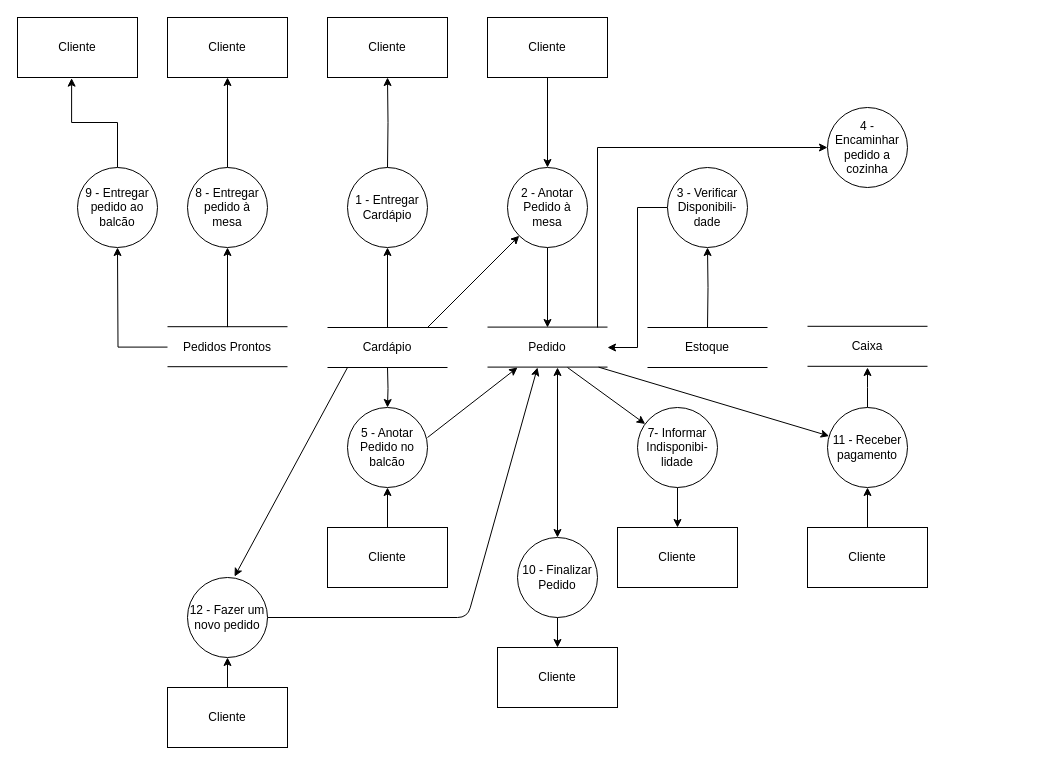
Darienzo08/ope_ads keeps this draw.io diagram as docs/Prof_Christiane/BALCÃO/DFD_ATENDIMENTO_BALCAO.drawio. Above is the earlier version. Source tidied: cells renumbered, new cells numbered last; positions are measured from the earlier drawing's top-left corner, leaving out a move shared by most shapes. Both pictures are drawn from the tidied source at 100%, with x=0, y=0 at pixel (17, 17).
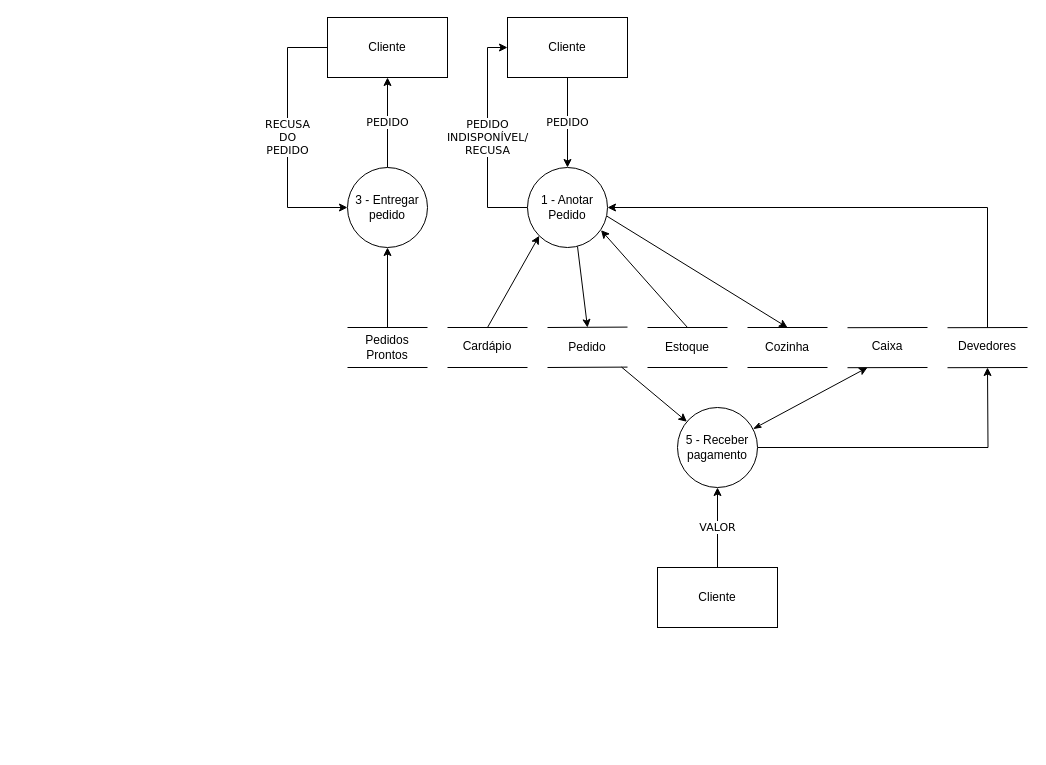
The same page after the edit.

Commit message (it also covers changes not shown here):
17.03.2020 alteracao atendimento

Change to the diagram source:
```diff
@@
-    <mxCell id="2" value="Cliente" style="rounded=0;whiteSpace=wrap;html=1;" parent="1" vertex="1">
-      <mxGeometry x="310" width="120" height="60" as="geometry" />
-    </mxCell>
-    <mxCell id="3" style="edgeStyle=orthogonalEdgeStyle;rounded=0;jettySize=auto;html=1;entryX=0.5;entryY=1;entryDx=0;entryDy=0;" parent="1" edge="1" target="2">
-      <mxGeometry relative="1" as="geometry">
-        <mxPoint x="370" y="150" as="sourcePoint" />
-      </mxGeometry>
-    </mxCell>
     <mxCell id="4" style="endArrow=none;html=1;" parent="1" edge="1">
       <mxGeometry relative="1" as="geometry">
-        <mxPoint x="310" y="310" as="sourcePoint" />
-        <mxPoint x="430" y="310" as="targetPoint" />
+        <mxPoint x="430" y="310" as="sourcePoint" />
+        <mxPoint x="510" y="310" as="targetPoint" />
       </mxGeometry>
     </mxCell>
     <mxCell id="5" style="endArrow=none;html=1;" parent="1" edge="1">
       <mxGeometry relative="1" as="geometry">
-        <mxPoint x="310" y="350" as="sourcePoint" />
-        <mxPoint x="430" y="350" as="targetPoint" />
+        <mxPoint x="430" y="350" as="sourcePoint" />
+        <mxPoint x="510" y="350" as="targetPoint" />
       </mxGeometry>
     </mxCell>
-    <mxCell id="6" style="edgeStyle=orthogonalEdgeStyle;rounded=0;orthogonalLoop=1;jettySize=auto;html=1;" parent="1" edge="1">
-      <mxGeometry relative="1" as="geometry">
-        <mxPoint x="370" y="310" as="sourcePoint" />
-        <mxPoint x="370" y="230" as="targetPoint" />
-      </mxGeometry>
-    </mxCell>
-    <mxCell id="7" style="edgeStyle=orthogonalEdgeStyle;rounded=0;jettySize=auto;html=1;entryX=0.5;entryY=0;entryDx=0;entryDy=0;" parent="1" edge="1" target="26">
-      <mxGeometry relative="1" as="geometry">
-        <mxPoint x="370" y="350" as="sourcePoint" />
-      </mxGeometry>
-    </mxCell>
     <mxCell id="8" value="Cardápio" style="text;html=1;strokeColor=none;fillColor=none;align=center;verticalAlign=middle;whiteSpace=wrap;rounded=0;" parent="1" vertex="1">
-      <mxGeometry x="310" y="320" width="120" height="20" as="geometry" />
+      <mxGeometry x="430" y="319.1" width="80" height="20" as="geometry" />
     </mxCell>
-    <mxCell id="9" style="endArrow=none;html=1;" parent="1" edge="1">
+    <mxCell id="9" style="endArrow=none;html=1;exitX=0;exitY=0;exitDx=0;exitDy=0;" parent="1" edge="1" source="11">
       <mxGeometry relative="1" as="geometry">
-        <mxPoint x="470" y="309.6" as="sourcePoint" />
-        <mxPoint x="590" y="309.6" as="targetPoint" />
+        <mxPoint x="610" y="309.6" as="targetPoint" />
       </mxGeometry>
     </mxCell>
-    <mxCell id="10" style="endArrow=none;html=1;" parent="1" edge="1">
+    <mxCell id="10" style="endArrow=none;html=1;exitX=0;exitY=1;exitDx=0;exitDy=0;" parent="1" edge="1" source="11">
       <mxGeometry relative="1" as="geometry">
-        <mxPoint x="470" y="349.6" as="sourcePoint" />
-        <mxPoint x="590" y="349.6" as="targetPoint" />
+        <mxPoint x="610" y="349.6" as="targetPoint" />
       </mxGeometry>
     </mxCell>
     <mxCell id="11" value="Pedido" style="text;html=1;strokeColor=none;fillColor=none;align=center;verticalAlign=middle;whiteSpace=wrap;rounded=0;" parent="1" vertex="1">
-      <mxGeometry x="470" y="310" width="120" height="40" as="geometry" />
+      <mxGeometry x="530" y="310" width="80" height="40" as="geometry" />
     </mxCell>
-    <mxCell id="12" style="edgeStyle=orthogonalEdgeStyle;rounded=0;jettySize=auto;html=1;entryX=0.5;entryY=0;entryDx=0;entryDy=0;" parent="1" edge="1" source="13" target="16">
+    <mxCell id="12" value="PEDIDO" style="edgeStyle=orthogonalEdgeStyle;rounded=0;jettySize=auto;html=1;entryX=0.5;entryY=0;entryDx=0;entryDy=0;fontFamily=Verdana;" parent="1" edge="1" source="13" target="16">
       <mxGeometry relative="1" as="geometry" />
     </mxCell>
     <mxCell id="13" value="Cliente" style="rounded=0;whiteSpace=wrap;html=1;" parent="1" vertex="1">
-      <mxGeometry x="470" width="120" height="60" as="geometry" />
+      <mxGeometry x="490" width="120" height="60" as="geometry" />
     </mxCell>
-    <mxCell id="14" value="&lt;div&gt;1 - Entregar&lt;/div&gt;&lt;div&gt;Cardápio&lt;br&gt;&lt;/div&gt;" style="ellipse;whiteSpace=wrap;html=1;" parent="1" vertex="1">
-      <mxGeometry x="330" y="150" width="80" height="80" as="geometry" />
-    </mxCell>
-    <mxCell id="15" style="edgeStyle=orthogonalEdgeStyle;rounded=0;jettySize=auto;html=1;entryX=0.5;entryY=0;entryDx=0;entryDy=0;" parent="1" edge="1" source="16" target="11">
-      <mxGeometry relative="1" as="geometry" />
-    </mxCell>
+    <mxCell id="62" value="&lt;div&gt;PEDIDO &lt;br&gt;&lt;/div&gt;&lt;div&gt;INDISPONÍVEL/&lt;/div&gt;&lt;div&gt;RECUSA&lt;br&gt;&lt;/div&gt;" style="edgeStyle=orthogonalEdgeStyle;rounded=0;jettySize=auto;html=1;entryX=0;entryY=0.5;entryDx=0;entryDy=0;fontColor=#000000;fontFamily=Verdana;" parent="1" edge="1" source="16" target="13">
+      <mxGeometry relative="1" as="geometry">
+        <Array as="points">
+          <mxPoint x="470" y="190" />
+          <mxPoint x="470" y="30" />
+        </Array>
+      </mxGeometry>
+    </mxCell>
-    <mxCell id="16" value="2 - Anotar Pedido à mesa" style="ellipse;whiteSpace=wrap;html=1;" parent="1" vertex="1">
-      <mxGeometry x="490" y="150" width="80" height="80" as="geometry" />
+    <mxCell id="16" value="1 - Anotar Pedido" style="ellipse;whiteSpace=wrap;html=1;" parent="1" vertex="1">
+      <mxGeometry x="510" y="150" width="80" height="80" as="geometry" />
     </mxCell>
     <mxCell id="17" style="endArrow=classic;html=1;entryX=0;entryY=1;entryDx=0;entryDy=0;" parent="1" edge="1" target="16">
       <mxGeometry relative="1" as="geometry">
-        <mxPoint x="410" y="310" as="sourcePoint" />
+        <mxPoint x="470" y="310" as="sourcePoint" />
       </mxGeometry>
     </mxCell>
     <mxCell id="18" style="endArrow=none;html=1;" parent="1" edge="1">
       <mxGeometry relative="1" as="geometry">
         <mxPoint x="630" y="310" as="sourcePoint" />
-        <mxPoint x="750" y="310" as="targetPoint" />
+        <mxPoint x="710" y="310" as="targetPoint" />
       </mxGeometry>
     </mxCell>
     <mxCell id="19" style="endArrow=none;html=1;" parent="1" edge="1">
       <mxGeometry relative="1" as="geometry">
         <mxPoint x="630" y="350" as="sourcePoint" />
-        <mxPoint x="750" y="350" as="targetPoint" />
+        <mxPoint x="710" y="350" as="targetPoint" />
       </mxGeometry>
     </mxCell>
-    <mxCell id="20" style="edgeStyle=orthogonalEdgeStyle;rounded=0;jettySize=auto;html=1;entryX=0.5;entryY=1;entryDx=0;entryDy=0;" parent="1" edge="1" target="23">
-      <mxGeometry relative="1" as="geometry">
-        <mxPoint x="690" y="310" as="sourcePoint" />
-      </mxGeometry>
-    </mxCell>
     <mxCell id="21" value="Estoque" style="text;html=1;strokeColor=none;fillColor=none;align=center;verticalAlign=middle;whiteSpace=wrap;rounded=0;" parent="1" vertex="1">
-      <mxGeometry x="630" y="320" width="120" height="20" as="geometry" />
+      <mxGeometry x="630" y="320" width="80" height="20" as="geometry" />
     </mxCell>
-    <mxCell id="22" style="edgeStyle=orthogonalEdgeStyle;rounded=0;jettySize=auto;html=1;exitX=0;exitY=0.5;exitDx=0;exitDy=0;" parent="1" edge="1" source="23">
-      <mxGeometry relative="1" as="geometry">
-        <mxPoint x="590" y="330" as="targetPoint" />
-        <Array as="points">
-          <mxPoint x="620" y="190" />
-          <mxPoint x="620" y="330" />
-        </Array>
-      </mxGeometry>
-    </mxCell>
-    <mxCell id="23" value="&lt;div&gt;3 - Verificar Disponibili-&lt;/div&gt;&lt;div&gt;dade&lt;/div&gt;" style="ellipse;whiteSpace=wrap;html=1;" parent="1" vertex="1">
-      <mxGeometry x="650" y="150" width="80" height="80" as="geometry" />
-    </mxCell>
-    <mxCell id="24" value="Cliente" style="rounded=0;whiteSpace=wrap;html=1;" parent="1" vertex="1">
-      <mxGeometry x="310" y="510" width="120" height="60" as="geometry" />
-    </mxCell>
-    <mxCell id="25" style="edgeStyle=orthogonalEdgeStyle;rounded=0;jettySize=auto;html=1;exitX=0.5;exitY=0;exitDx=0;exitDy=0;" parent="1" edge="1" source="24" target="26">
-      <mxGeometry relative="1" as="geometry" />
-    </mxCell>
-    <mxCell id="26" value="5 - Anotar Pedido no balcão" style="ellipse;whiteSpace=wrap;html=1;" parent="1" vertex="1">
-      <mxGeometry x="330" y="390" width="80" height="80" as="geometry" />
-    </mxCell>
-    <mxCell id="27" style="endArrow=classic;html=1;entryX=0.25;entryY=1;entryDx=0;entryDy=0;" parent="1" edge="1" target="11">
-      <mxGeometry relative="1" as="geometry">
-        <mxPoint x="410" y="420" as="sourcePoint" />
-      </mxGeometry>
-    </mxCell>
-    <mxCell id="28" value="Cliente" style="rounded=0;whiteSpace=wrap;html=1;" parent="1" vertex="1">
-      <mxGeometry x="600" y="510" width="120" height="60" as="geometry" />
-    </mxCell>
-    <mxCell id="29" style="edgeStyle=orthogonalEdgeStyle;rounded=0;jettySize=auto;html=1;entryX=0.5;entryY=0;entryDx=0;entryDy=0;" parent="1" edge="1" source="30" target="28">
-      <mxGeometry relative="1" as="geometry" />
-    </mxCell>
-    <mxCell id="30" value="&lt;div&gt;7- Informar Indisponibi-&lt;/div&gt;&lt;div&gt;lidade&lt;br&gt;&lt;/div&gt;" style="ellipse;whiteSpace=wrap;html=1;" parent="1" vertex="1">
-      <mxGeometry x="620" y="390" width="80" height="80" as="geometry" />
-    </mxCell>
-    <mxCell id="31" style="endArrow=classic;html=1;" parent="1" edge="1" target="30">
-      <mxGeometry relative="1" as="geometry">
-        <mxPoint x="550" y="350" as="sourcePoint" />
-      </mxGeometry>
-    </mxCell>
-    <mxCell id="32" style="endArrow=classic;html=1;entryX=0.5;entryY=0;entryDx=0;entryDy=0;exitX=1;exitY=0.5;exitDx=0;exitDy=0;" parent="1" edge="1" source="59">
-      <mxGeometry relative="1" as="geometry">
-        <mxPoint x="520" y="350" as="targetPoint" />
-        <Array as="points">
-          <mxPoint x="450" y="600" />
-        </Array>
-      </mxGeometry>
-    </mxCell>
-    <mxCell id="33" style="edgeStyle=orthogonalEdgeStyle;rounded=0;jettySize=auto;html=1;entryX=0.5;entryY=1;entryDx=0;entryDy=0;" parent="1" edge="1" source="34" target="35">
+    <mxCell id="33" value="&lt;font face=&quot;Verdana&quot;&gt;PEDIDO&lt;/font&gt;" style="edgeStyle=orthogonalEdgeStyle;rounded=0;jettySize=auto;html=1;entryX=0.5;entryY=1;entryDx=0;entryDy=0;" parent="1" edge="1" source="34" target="35">
       <mxGeometry relative="1" as="geometry" />
     </mxCell>
-    <mxCell id="34" value="8 - Entregar pedido à mesa" style="ellipse;whiteSpace=wrap;html=1;" parent="1" vertex="1">
-      <mxGeometry x="170" y="150" width="80" height="80" as="geometry" />
+    <mxCell id="34" value="3 - Entregar pedido" style="ellipse;whiteSpace=wrap;html=1;" parent="1" vertex="1">
+      <mxGeometry x="330" y="150" width="80" height="80" as="geometry" />
     </mxCell>
+    <mxCell id="63" value="&lt;div&gt;RECUSA&lt;/div&gt;&lt;div&gt;DO&lt;/div&gt;&lt;div&gt;PEDIDO&lt;br&gt;&lt;/div&gt;" style="edgeStyle=orthogonalEdgeStyle;rounded=0;jettySize=auto;html=1;entryX=0;entryY=0.5;entryDx=0;entryDy=0;fontFamily=Verdana;fontColor=#000000;" parent="1" edge="1" source="35" target="34">
+      <mxGeometry relative="1" as="geometry">
+        <Array as="points">
+          <mxPoint x="270" y="30" />
+          <mxPoint x="270" y="190" />
+        </Array>
+      </mxGeometry>
+    </mxCell>
     <mxCell id="35" value="Cliente" style="rounded=0;whiteSpace=wrap;html=1;" parent="1" vertex="1">
-      <mxGeometry x="150" width="120" height="60" as="geometry" />
+      <mxGeometry x="310" width="120" height="60" as="geometry" />
     </mxCell>
-    <mxCell id="36" style="endArrow=none;html=1;" parent="1" edge="1">
+    <mxCell id="36" style="endArrow=none;html=1;exitX=0;exitY=0;exitDx=0;exitDy=0;" parent="1" edge="1" source="40">
       <mxGeometry relative="1" as="geometry">
-        <mxPoint x="150" y="309.2" as="sourcePoint" />
-        <mxPoint x="270" y="309.2" as="targetPoint" />
+        <mxPoint x="410" y="310" as="targetPoint" />
       </mxGeometry>
     </mxCell>
-    <mxCell id="37" style="endArrow=none;html=1;" parent="1" edge="1">
+    <mxCell id="37" style="endArrow=none;html=1;exitX=0;exitY=1;exitDx=0;exitDy=0;" parent="1" edge="1" source="40">
       <mxGeometry relative="1" as="geometry">
-        <mxPoint x="150" y="349.2" as="sourcePoint" />
-        <mxPoint x="270" y="349.2" as="targetPoint" />
+        <mxPoint x="410" y="350" as="targetPoint" />
       </mxGeometry>
     </mxCell>
@@
-    <mxCell id="39" style="edgeStyle=orthogonalEdgeStyle;rounded=0;jettySize=auto;html=1;" parent="1" edge="1" source="40">
-      <mxGeometry relative="1" as="geometry">
-        <mxPoint x="100" y="230" as="targetPoint" />
-      </mxGeometry>
-    </mxCell>
     <mxCell id="40" value="Pedidos Prontos" style="text;html=1;strokeColor=none;fillColor=none;align=center;verticalAlign=middle;whiteSpace=wrap;rounded=0;" parent="1" vertex="1">
-      <mxGeometry x="150" y="309.6" width="120" height="40" as="geometry" />
+      <mxGeometry x="330" y="310" width="80" height="40" as="geometry" />
     </mxCell>
-    <mxCell id="41" style="edgeStyle=orthogonalEdgeStyle;rounded=0;jettySize=auto;html=1;entryX=0.451;entryY=1.011;entryDx=0;entryDy=0;entryPerimeter=0;" parent="1" edge="1" source="42" target="43">
-      <mxGeometry relative="1" as="geometry" />
-    </mxCell>
-    <mxCell id="42" value="9 - Entregar pedido ao balcão" style="ellipse;whiteSpace=wrap;html=1;" parent="1" vertex="1">
-      <mxGeometry x="60" y="150" width="80" height="80" as="geometry" />
-    </mxCell>
-    <mxCell id="43" value="Cliente" style="rounded=0;whiteSpace=wrap;html=1;" parent="1" vertex="1">
-      <mxGeometry width="120" height="60" as="geometry" />
-    </mxCell>
-    <mxCell id="44" style="endArrow=classic;startArrow=classic;html=1;" parent="1" edge="1">
-      <mxGeometry relative="1" as="geometry">
-        <mxPoint x="540" y="520" as="sourcePoint" />
-        <mxPoint x="540" y="350" as="targetPoint" />
-      </mxGeometry>
-    </mxCell>
-    <mxCell id="45" style="edgeStyle=orthogonalEdgeStyle;rounded=0;jettySize=auto;html=1;entryX=0.5;entryY=0;entryDx=0;entryDy=0;" parent="1" edge="1" source="46" target="47">
-      <mxGeometry relative="1" as="geometry" />
-    </mxCell>
-    <mxCell id="46" value="10 - Finalizar Pedido" style="ellipse;whiteSpace=wrap;html=1;" parent="1" vertex="1">
-      <mxGeometry x="500" y="520" width="80" height="80" as="geometry" />
-    </mxCell>
-    <mxCell id="47" value="Cliente" style="rounded=0;whiteSpace=wrap;html=1;" parent="1" vertex="1">
-      <mxGeometry x="480" y="630" width="120" height="60" as="geometry" />
-    </mxCell>
     <mxCell id="48" style="endArrow=none;html=1;" parent="1" edge="1">
       <mxGeometry relative="1" as="geometry">
-        <mxPoint x="790" y="308.8" as="sourcePoint" />
-        <mxPoint x="910" y="308.8" as="targetPoint" />
+        <mxPoint x="830" y="310.2" as="sourcePoint" />
+        <mxPoint x="910" y="310" as="targetPoint" />
       </mxGeometry>
     </mxCell>
     <mxCell id="49" style="endArrow=none;html=1;" parent="1" edge="1">
       <mxGeometry relative="1" as="geometry">
-        <mxPoint x="790" y="348.8" as="sourcePoint" />
-        <mxPoint x="910" y="348.8" as="targetPoint" />
+        <mxPoint x="830" y="350.2" as="sourcePoint" />
+        <mxPoint x="910" y="350" as="targetPoint" />
       </mxGeometry>
     </mxCell>
     <mxCell id="50" value="Caixa" style="text;html=1;strokeColor=none;fillColor=none;align=center;verticalAlign=middle;whiteSpace=wrap;rounded=0;" parent="1" vertex="1">
-      <mxGeometry x="790" y="318.8" width="120" height="20" as="geometry" />
+      <mxGeometry x="830" y="318.8" width="80" height="20" as="geometry" />
     </mxCell>
-    <mxCell id="51" style="edgeStyle=orthogonalEdgeStyle;rounded=0;jettySize=auto;html=1;entryX=0.5;entryY=1;entryDx=0;entryDy=0;" parent="1" edge="1" source="52" target="54">
+    <mxCell id="51" value="VALOR" style="edgeStyle=orthogonalEdgeStyle;rounded=0;jettySize=auto;html=1;entryX=0.5;entryY=1;entryDx=0;entryDy=0;fontFamily=Verdana;" parent="1" edge="1" source="52" target="54">
       <mxGeometry relative="1" as="geometry" />
     </mxCell>
     <mxCell id="52" value="Cliente" style="rounded=0;whiteSpace=wrap;html=1;" parent="1" vertex="1">
-      <mxGeometry x="790" y="510" width="120" height="60" as="geometry" />
+      <mxGeometry x="640" y="550" width="120" height="60" as="geometry" />
     </mxCell>
-    <mxCell id="53" style="edgeStyle=orthogonalEdgeStyle;rounded=0;jettySize=auto;html=1;" parent="1" edge="1" source="54">
-      <mxGeometry relative="1" as="geometry">
-        <mxPoint x="850" y="350" as="targetPoint" />
-      </mxGeometry>
-    </mxCell>
+    <mxCell id="64" style="edgeStyle=orthogonalEdgeStyle;rounded=0;jettySize=auto;html=1;" parent="1" edge="1" source="54">
+      <mxGeometry relative="1" as="geometry">
+        <mxPoint x="970" y="350" as="targetPoint" />
+      </mxGeometry>
+    </mxCell>
-    <mxCell id="54" value="&lt;div&gt;11 - Receber&lt;/div&gt;&lt;div&gt;pagamento&lt;br&gt;&lt;/div&gt;" style="ellipse;whiteSpace=wrap;html=1;" parent="1" vertex="1">
-      <mxGeometry x="810" y="390" width="80" height="80" as="geometry" />
+    <mxCell id="54" value="&lt;div&gt;5 - Receber&lt;/div&gt;&lt;div&gt;pagamento&lt;br&gt;&lt;/div&gt;" style="ellipse;whiteSpace=wrap;html=1;" parent="1" vertex="1">
+      <mxGeometry x="660" y="390" width="80" height="80" as="geometry" />
     </mxCell>
@@
-    <mxCell id="56" style="edgeStyle=orthogonalEdgeStyle;rounded=0;jettySize=auto;html=1;entryX=0.917;entryY=0;entryDx=0;entryDy=0;entryPerimeter=0;exitX=0.917;exitY=0;exitDx=0;exitDy=0;exitPerimeter=0;" parent="1" edge="1" source="11">
-      <mxGeometry relative="1" as="geometry">
-        <mxPoint x="810" y="130" as="targetPoint" />
-        <Array as="points">
-          <mxPoint x="580" y="130" />
-        </Array>
-      </mxGeometry>
-    </mxCell>
-    <mxCell id="57" style="edgeStyle=orthogonalEdgeStyle;rounded=0;jettySize=auto;html=1;entryX=0.5;entryY=1;entryDx=0;entryDy=0;" parent="1" edge="1" source="58" target="59">
-      <mxGeometry relative="1" as="geometry" />
-    </mxCell>
-    <mxCell id="58" value="Cliente" style="rounded=0;whiteSpace=wrap;html=1;" parent="1" vertex="1">
-      <mxGeometry x="150" y="670" width="120" height="60" as="geometry" />
-    </mxCell>
-    <mxCell id="59" value="&lt;div&gt;12 - Fazer um &lt;br&gt;&lt;/div&gt;&lt;div&gt;novo pedido&lt;br&gt;&lt;/div&gt;" style="ellipse;whiteSpace=wrap;html=1;" parent="1" vertex="1">
-      <mxGeometry x="170" y="560" width="80" height="80" as="geometry" />
-    </mxCell>
-    <mxCell id="60" value="4 - Encaminhar pedido a cozinha" style="ellipse;whiteSpace=wrap;html=1;" parent="1" vertex="1">
-      <mxGeometry x="810" y="90" width="80" height="80" as="geometry" />
-    </mxCell>
-    <mxCell id="61" style="endArrow=classic;html=1;entryX=0.588;entryY=-0.012;entryDx=0;entryDy=0;entryPerimeter=0;" parent="1" edge="1" target="59">
-      <mxGeometry relative="1" as="geometry">
-        <mxPoint x="330" y="350" as="sourcePoint" />
-      </mxGeometry>
-    </mxCell>
+    <mxCell id="15" style="endArrow=classic;html=1;fontFamily=Verdana;fontColor=#000000;exitX=0.625;exitY=0.987;exitDx=0;exitDy=0;exitPerimeter=0;entryX=0.5;entryY=0;entryDx=0;entryDy=0;" parent="1" edge="1" source="16" target="11">
+      <mxGeometry relative="1" as="geometry" />
+    </mxCell>
+    <mxCell id="65" style="endArrow=none;html=1;" parent="1" edge="1">
+      <mxGeometry relative="1" as="geometry">
+        <mxPoint x="730" y="310" as="sourcePoint" />
+        <mxPoint x="810" y="310" as="targetPoint" />
+      </mxGeometry>
+    </mxCell>
+    <mxCell id="66" style="endArrow=none;html=1;" parent="1" edge="1">
+      <mxGeometry relative="1" as="geometry">
+        <mxPoint x="730" y="350" as="sourcePoint" />
+        <mxPoint x="810" y="350" as="targetPoint" />
+      </mxGeometry>
+    </mxCell>
+    <mxCell id="67" value="Cozinha" style="text;html=1;strokeColor=none;fillColor=none;align=center;verticalAlign=middle;whiteSpace=wrap;rounded=0;" parent="1" vertex="1">
+      <mxGeometry x="730" y="320" width="80" height="20" as="geometry" />
+    </mxCell>
+    <mxCell id="68" style="endArrow=classic;html=1;fontFamily=Verdana;fontColor=#000000;entryX=0.919;entryY=0.783;entryDx=0;entryDy=0;entryPerimeter=0;" parent="1" edge="1" target="16">
+      <mxGeometry relative="1" as="geometry">
+        <mxPoint x="670" y="310" as="sourcePoint" />
+      </mxGeometry>
+    </mxCell>
+    <mxCell id="69" style="endArrow=none;html=1;" parent="1" edge="1">
+      <mxGeometry relative="1" as="geometry">
+        <mxPoint x="930" y="310.2" as="sourcePoint" />
+        <mxPoint x="1010" y="310" as="targetPoint" />
+      </mxGeometry>
+    </mxCell>
+    <mxCell id="70" style="endArrow=none;html=1;" parent="1" edge="1">
+      <mxGeometry relative="1" as="geometry">
+        <mxPoint x="930" y="350.2" as="sourcePoint" />
+        <mxPoint x="1010" y="350" as="targetPoint" />
+      </mxGeometry>
+    </mxCell>
+    <mxCell id="71" style="edgeStyle=orthogonalEdgeStyle;rounded=0;jettySize=auto;html=1;entryX=1;entryY=0.5;entryDx=0;entryDy=0;" parent="1" edge="1" target="16">
+      <mxGeometry relative="1" as="geometry">
+        <mxPoint x="970" y="310" as="sourcePoint" />
+        <Array as="points">
+          <mxPoint x="970" y="190" />
+        </Array>
+      </mxGeometry>
+    </mxCell>
+    <mxCell id="72" value="Devedores" style="text;html=1;strokeColor=none;fillColor=none;align=center;verticalAlign=middle;whiteSpace=wrap;rounded=0;" parent="1" vertex="1">
+      <mxGeometry x="930" y="318.8" width="80" height="20" as="geometry" />
+    </mxCell>
+    <mxCell id="73" style="endArrow=classic;html=1;exitX=0.945;exitY=0.268;exitDx=0;exitDy=0;exitPerimeter=0;startArrow=classicThin;startFill=1;" parent="1" edge="1" source="54">
+      <mxGeometry relative="1" as="geometry">
+        <mxPoint x="850" y="350" as="targetPoint" />
+      </mxGeometry>
+    </mxCell>
+    <mxCell id="74" style="endArrow=classic;html=1;exitX=0.994;exitY=0.609;exitDx=0;exitDy=0;exitPerimeter=0;" parent="1" edge="1" source="16">
+      <mxGeometry relative="1" as="geometry">
+        <mxPoint x="770" y="310" as="targetPoint" />
+      </mxGeometry>
+    </mxCell>
```
